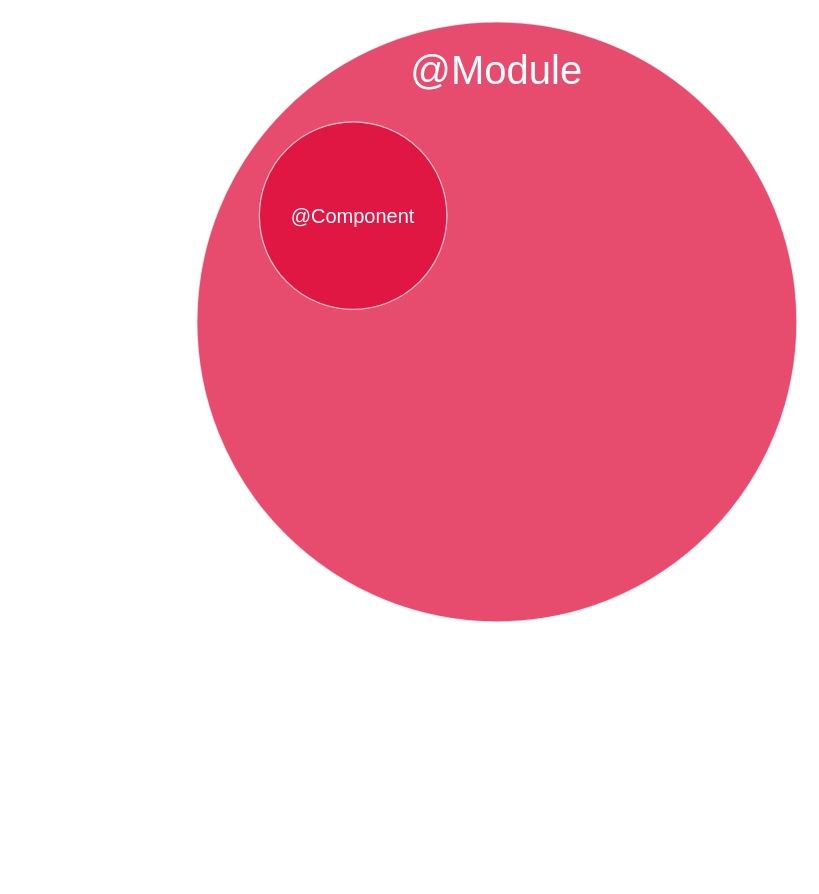
Earlier version of the draw.io diagram page "Scratchpad" (1 of 5) of TypeScript.drawio (gjungb/Zeichnungen). Source tidied: cells renumbered, new cells numbered last; positions are measured from the earlier drawing's top-left corner, leaving out a move shared by most shapes. Both pictures are drawn from the tidied source at 125%, with x=0, y=0 at pixel (196, 21).
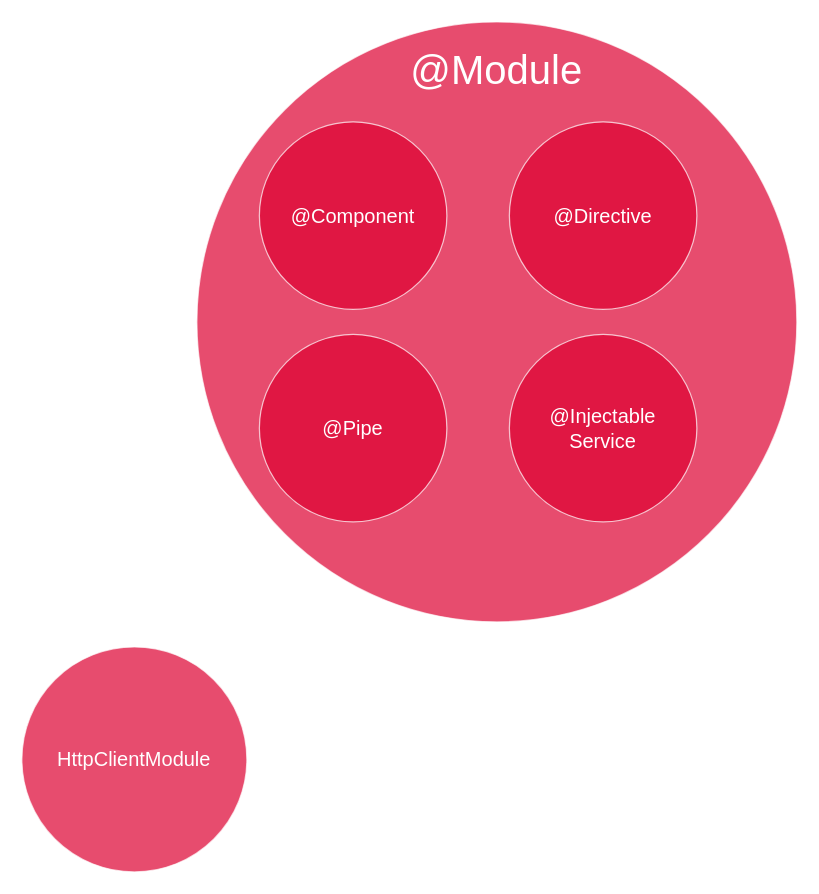
The same diagram, later.

Change to the diagram source:
```diff
@@
 <mxGraphModel>
   <root>
     <mxCell id="0" />
     <mxCell id="1" parent="0" />
     <mxCell id="2" value="@Module" style="ellipse;whiteSpace=wrap;html=1;fillColor=#DD0031;fontSize=32;fontColor=#FFFFFF;align=center;fontFamily=Fira Code;spacingRight=0;verticalAlign=top;spacing=15;strokeColor=#FFFFFF;opacity=70;" parent="1" vertex="1">
       <mxGeometry width="480" height="480" as="geometry" />
     </mxCell>
     <mxCell id="3" value="@Component" style="ellipse;whiteSpace=wrap;html=1;fillColor=#DD0031;fontSize=16;fontColor=#FFFFFF;align=center;fontFamily=Fira Code;spacingRight=0;verticalAlign=middle;spacing=15;strokeColor=#FFFFFF;opacity=70;" parent="1" vertex="1">
       <mxGeometry x="50" y="80" width="150" height="150" as="geometry" />
     </mxCell>
+    <mxCell id="4" value="@Directive" style="ellipse;whiteSpace=wrap;html=1;fillColor=#DD0031;fontSize=16;fontColor=#FFFFFF;align=center;fontFamily=Fira Code;spacingRight=0;verticalAlign=middle;spacing=15;strokeColor=#FFFFFF;opacity=70;" parent="1" vertex="1">
+      <mxGeometry x="250" y="80" width="150" height="150" as="geometry" />
+    </mxCell>
+    <mxCell id="5" value="@Pipe" style="ellipse;whiteSpace=wrap;html=1;fillColor=#DD0031;fontSize=16;fontColor=#FFFFFF;align=center;fontFamily=Fira Code;spacingRight=0;verticalAlign=middle;spacing=15;strokeColor=#FFFFFF;opacity=70;" parent="1" vertex="1">
+      <mxGeometry x="50" y="250" width="150" height="150" as="geometry" />
+    </mxCell>
+    <mxCell id="6" value="@Injectable&lt;br&gt;Service" style="ellipse;whiteSpace=wrap;html=1;fillColor=#DD0031;fontSize=16;fontColor=#FFFFFF;align=center;fontFamily=Fira Code;spacingRight=0;verticalAlign=middle;spacing=15;strokeColor=#FFFFFF;opacity=70;" parent="1" vertex="1">
+      <mxGeometry x="250" y="250" width="150" height="150" as="geometry" />
+    </mxCell>
+    <mxCell id="7" value="HttpClientModule" style="ellipse;whiteSpace=wrap;html=1;fillColor=#DD0031;fontSize=16;fontColor=#FFFFFF;align=center;fontFamily=Fira Code;spacingRight=0;verticalAlign=middle;spacing=15;strokeColor=#FFFFFF;opacity=70;" parent="1" vertex="1">
+      <mxGeometry x="-140" y="500" width="180" height="180" as="geometry" />
+    </mxCell>
   </root>
 </mxGraphModel>
```
